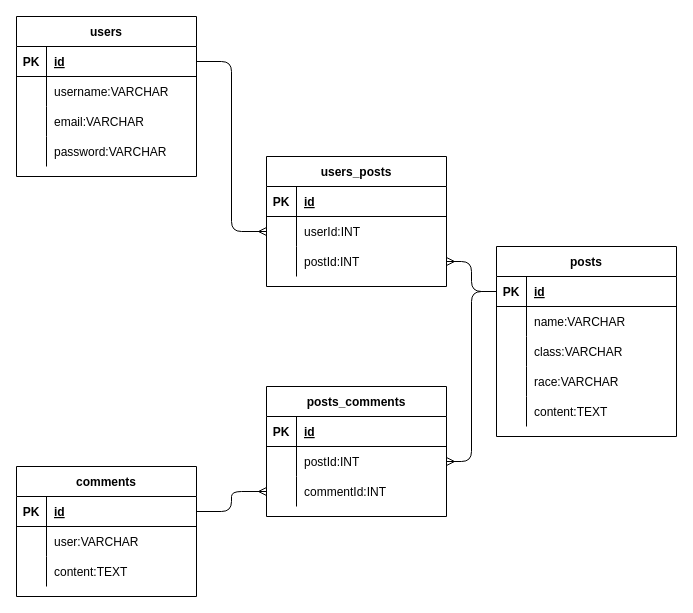
The draw.io diagram ERD.drawio in tatebonham/Judgement-Day, before the edit. Source tidied: cells renumbered, new cells numbered last; positions are measured from the earlier drawing's top-left corner, leaving out a move shared by most shapes. Both pictures are drawn from the tidied source at 100%, with x=0, y=0 at pixel (16, 16).
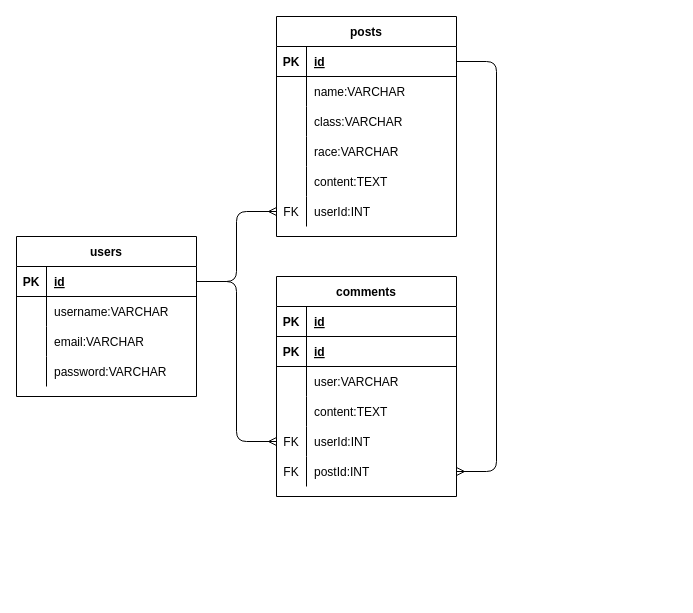
The same page after the edit.

Commit message (it also covers changes not shown here):
Updated README.md pitch byu adding user stories

The change refers to these unchanged cells:
```xml
<mxCell id="3" style="shape=partialRectangle;fillColor=none;top=0;left=0;bottom=1;right=0;points=[[0,0.5],[1,0.5]];portConstraint=eastwest;" parent="2" vertex="1">
  <mxGeometry y="30" width="180" height="30" as="geometry" />
</mxCell>
<mxCell id="26" style="shape=partialRectangle;fillColor=none;top=0;left=0;bottom=1;right=0;points=[[0,0.5],[1,0.5]];portConstraint=eastwest;" parent="25" vertex="1">
  <mxGeometry y="30" width="180" height="30" as="geometry" />
</mxCell>
<mxCell id="54" style="shape=partialRectangle;fillColor=none;top=0;left=0;bottom=1;right=0;points=[[0,0.5],[1,0.5]];portConstraint=eastwest;" parent="53" vertex="1">
  <mxGeometry y="30" width="180" height="30" as="geometry" />
</mxCell>
```

The edit, as a diff of the source:
```diff
@@
     <mxCell id="2" value="users" style="shape=table;startSize=30;childLayout=tableLayout;rowLines=0;fontStyle=1;align=center;swimlaneFillColor=default;" parent="1" vertex="1">
-      <mxGeometry width="180" height="160" as="geometry" />
+      <mxGeometry y="220" width="180" height="160" as="geometry" />
     </mxCell>
@@
-    <mxCell id="15" value="users_posts" style="shape=table;startSize=30;childLayout=tableLayout;rowLines=0;fontStyle=1;align=center;swimlaneFillColor=default;" parent="1" vertex="1">
-      <mxGeometry x="250" y="140" width="180" height="130" as="geometry" />
-    </mxCell>
-    <mxCell id="16" style="shape=partialRectangle;fillColor=none;top=0;left=0;bottom=1;right=0;" parent="15" vertex="1">
-      <mxGeometry y="30" width="180" height="30" as="geometry" />
-    </mxCell>
-    <mxCell id="17" value="PK" style="shape=partialRectangle;fillColor=none;top=0;left=0;bottom=0;right=0;fontStyle=1;overflow=hidden;" parent="16" vertex="1">
-      <mxGeometry width="30" height="30" as="geometry" />
-    </mxCell>
-    <mxCell id="18" value="id" style="shape=partialRectangle;fillColor=none;top=0;left=0;bottom=0;right=0;align=left;spacingLeft=6;fontStyle=5;overflow=hidden;" parent="16" vertex="1">
-      <mxGeometry x="30" width="150" height="30" as="geometry" />
-    </mxCell>
-    <mxCell id="19" style="shape=partialRectangle;fillColor=none;top=0;left=0;bottom=0;right=0;points=[[0,0.5],[1,0.5]];portConstraint=eastwest;" parent="15" vertex="1">
-      <mxGeometry y="60" width="180" height="30" as="geometry" />
-    </mxCell>
-    <mxCell id="20" style="shape=partialRectangle;fillColor=none;top=0;left=0;bottom=0;right=0;overflow=hidden;" parent="19" vertex="1">
-      <mxGeometry width="30" height="30" as="geometry" />
-    </mxCell>
-    <mxCell id="21" value="userId:INT" style="shape=partialRectangle;fillColor=none;top=0;left=0;bottom=0;right=0;align=left;spacingLeft=6;overflow=hidden;" parent="19" vertex="1">
-      <mxGeometry x="30" width="150" height="30" as="geometry" />
-    </mxCell>
-    <mxCell id="22" style="shape=partialRectangle;fillColor=none;top=0;left=0;bottom=0;right=0;points=[[0,0.5],[1,0.5]];portConstraint=eastwest;" parent="15" vertex="1">
-      <mxGeometry y="90" width="180" height="30" as="geometry" />
-    </mxCell>
-    <mxCell id="23" style="shape=partialRectangle;fillColor=none;top=0;left=0;bottom=0;right=0;overflow=hidden;" parent="22" vertex="1">
-      <mxGeometry width="30" height="30" as="geometry" />
-    </mxCell>
-    <mxCell id="24" value="postId:INT" style="shape=partialRectangle;fillColor=none;top=0;left=0;bottom=0;right=0;align=left;spacingLeft=6;overflow=hidden;" parent="22" vertex="1">
-      <mxGeometry x="30" width="150" height="30" as="geometry" />
-    </mxCell>
     <mxCell id="25" value="posts" style="shape=table;startSize=30;childLayout=tableLayout;rowLines=0;fontStyle=1;align=center;swimlaneFillColor=default;" parent="1" vertex="1">
-      <mxGeometry x="480" y="230" width="180" height="190" as="geometry" />
+      <mxGeometry x="260" width="180" height="220" as="geometry" />
     </mxCell>
@@
-    <mxCell id="41" style="edgeStyle=orthogonalEdgeStyle;html=1;exitX=1;exitY=0.5;exitDx=0;exitDy=0;entryX=0;entryY=0.5;entryDx=0;entryDy=0;endArrow=ERmany;endFill=0;" parent="1" edge="1" source="3" target="19">
-      <mxGeometry relative="1" as="geometry" />
-    </mxCell>
-    <mxCell id="42" style="edgeStyle=orthogonalEdgeStyle;html=1;exitX=0;exitY=0.5;exitDx=0;exitDy=0;entryX=1;entryY=0.5;entryDx=0;entryDy=0;endArrow=ERmany;endFill=0;" parent="1" edge="1" source="26" target="22">
-      <mxGeometry relative="1" as="geometry" />
-    </mxCell>
-    <mxCell id="43" value="posts_comments" style="shape=table;startSize=30;childLayout=tableLayout;rowLines=0;fontStyle=1;align=center;swimlaneFillColor=default;" parent="1" vertex="1">
-      <mxGeometry x="250" y="370" width="180" height="130" as="geometry" />
-    </mxCell>
-    <mxCell id="44" style="shape=partialRectangle;fillColor=none;top=0;left=0;bottom=1;right=0;" parent="43" vertex="1">
-      <mxGeometry y="30" width="180" height="30" as="geometry" />
-    </mxCell>
-    <mxCell id="45" value="PK" style="shape=partialRectangle;fillColor=none;top=0;left=0;bottom=0;right=0;fontStyle=1;overflow=hidden;" parent="44" vertex="1">
-      <mxGeometry width="30" height="30" as="geometry" />
-    </mxCell>
-    <mxCell id="46" value="id" style="shape=partialRectangle;fillColor=none;top=0;left=0;bottom=0;right=0;align=left;spacingLeft=6;fontStyle=5;overflow=hidden;" parent="44" vertex="1">
-      <mxGeometry x="30" width="150" height="30" as="geometry" />
-    </mxCell>
-    <mxCell id="47" style="shape=partialRectangle;fillColor=none;top=0;left=0;bottom=0;right=0;points=[[0,0.5],[1,0.5]];portConstraint=eastwest;" parent="43" vertex="1">
-      <mxGeometry y="60" width="180" height="30" as="geometry" />
-    </mxCell>
-    <mxCell id="48" style="shape=partialRectangle;fillColor=none;top=0;left=0;bottom=0;right=0;overflow=hidden;" parent="47" vertex="1">
-      <mxGeometry width="30" height="30" as="geometry" />
-    </mxCell>
-    <mxCell id="49" value="postId:INT" style="shape=partialRectangle;fillColor=none;top=0;left=0;bottom=0;right=0;align=left;spacingLeft=6;overflow=hidden;" parent="47" vertex="1">
-      <mxGeometry x="30" width="150" height="30" as="geometry" />
-    </mxCell>
-    <mxCell id="50" style="shape=partialRectangle;fillColor=none;top=0;left=0;bottom=0;right=0;points=[[0,0.5],[1,0.5]];portConstraint=eastwest;" parent="43" vertex="1">
-      <mxGeometry y="90" width="180" height="30" as="geometry" />
-    </mxCell>
-    <mxCell id="51" style="shape=partialRectangle;fillColor=none;top=0;left=0;bottom=0;right=0;overflow=hidden;" parent="50" vertex="1">
-      <mxGeometry width="30" height="30" as="geometry" />
-    </mxCell>
-    <mxCell id="52" value="commentId:INT" style="shape=partialRectangle;fillColor=none;top=0;left=0;bottom=0;right=0;align=left;spacingLeft=6;overflow=hidden;" parent="50" vertex="1">
-      <mxGeometry x="30" width="150" height="30" as="geometry" />
-    </mxCell>
+    <mxCell id="65" style="shape=partialRectangle;fillColor=none;top=0;left=0;bottom=0;right=0;points=[[0,0.5],[1,0.5]];portConstraint=eastwest;" parent="25" vertex="1">
+      <mxGeometry y="180" width="180" height="30" as="geometry" />
+    </mxCell>
+    <mxCell id="66" value="FK" style="shape=partialRectangle;fillColor=none;top=0;left=0;bottom=0;right=0;overflow=hidden;" parent="65" vertex="1">
+      <mxGeometry width="30" height="30" as="geometry" />
+    </mxCell>
+    <mxCell id="67" value="userId:INT" style="shape=partialRectangle;fillColor=none;top=0;left=0;bottom=0;right=0;align=left;spacingLeft=6;overflow=hidden;" parent="65" vertex="1">
+      <mxGeometry x="30" width="150" height="30" as="geometry" />
+    </mxCell>
     <mxCell id="53" value="comments" style="shape=table;startSize=30;childLayout=tableLayout;rowLines=0;fontStyle=1;align=center;swimlaneFillColor=default;" parent="1" vertex="1">
-      <mxGeometry y="450" width="180" height="130" as="geometry" />
+      <mxGeometry x="260" y="260" width="180" height="220" as="geometry" />
     </mxCell>
@@
+    <mxCell id="68" style="shape=partialRectangle;fillColor=none;top=0;left=0;bottom=1;right=0;" parent="53" vertex="1">
+      <mxGeometry y="60" width="180" height="30" as="geometry" />
+    </mxCell>
+    <mxCell id="69" value="PK" style="shape=partialRectangle;fillColor=none;top=0;left=0;bottom=0;right=0;fontStyle=1;overflow=hidden;" parent="68" vertex="1">
+      <mxGeometry width="30" height="30" as="geometry" />
+    </mxCell>
+    <mxCell id="70" value="id" style="shape=partialRectangle;fillColor=none;top=0;left=0;bottom=0;right=0;align=left;spacingLeft=6;fontStyle=5;overflow=hidden;" parent="68" vertex="1">
+      <mxGeometry x="30" width="150" height="30" as="geometry" />
+    </mxCell>
     <mxCell id="57" style="shape=partialRectangle;fillColor=none;top=0;left=0;bottom=0;right=0;" parent="53" vertex="1">
-      <mxGeometry y="60" width="180" height="30" as="geometry" />
+      <mxGeometry y="90" width="180" height="30" as="geometry" />
     </mxCell>
@@
     <mxCell id="60" style="shape=partialRectangle;fillColor=none;top=0;left=0;bottom=0;right=0;" parent="53" vertex="1">
-      <mxGeometry y="90" width="180" height="30" as="geometry" />
+      <mxGeometry y="120" width="180" height="30" as="geometry" />
     </mxCell>
@@
-    <mxCell id="63" style="edgeStyle=orthogonalEdgeStyle;html=1;exitX=0;exitY=0.5;exitDx=0;exitDy=0;entryX=1;entryY=0.5;entryDx=0;entryDy=0;endArrow=ERmany;endFill=0;" parent="1" edge="1" source="26" target="47">
-      <mxGeometry relative="1" as="geometry" />
-    </mxCell>
-    <mxCell id="64" style="edgeStyle=orthogonalEdgeStyle;html=1;exitX=1;exitY=0.5;exitDx=0;exitDy=0;entryX=0;entryY=0.5;entryDx=0;entryDy=0;endArrow=ERmany;endFill=0;" parent="1" edge="1" source="54" target="50">
-      <mxGeometry relative="1" as="geometry" />
-    </mxCell>
+    <mxCell id="71" style="shape=partialRectangle;fillColor=none;top=0;left=0;bottom=0;right=0;points=[[0,0.5],[1,0.5]];portConstraint=eastwest;" parent="53" vertex="1">
+      <mxGeometry y="150" width="180" height="30" as="geometry" />
+    </mxCell>
+    <mxCell id="72" value="FK" style="shape=partialRectangle;fillColor=none;top=0;left=0;bottom=0;right=0;overflow=hidden;" parent="71" vertex="1">
+      <mxGeometry width="30" height="30" as="geometry" />
+    </mxCell>
+    <mxCell id="73" value="userId:INT" style="shape=partialRectangle;fillColor=none;top=0;left=0;bottom=0;right=0;align=left;spacingLeft=6;overflow=hidden;" parent="71" vertex="1">
+      <mxGeometry x="30" width="150" height="30" as="geometry" />
+    </mxCell>
+    <mxCell id="74" style="shape=partialRectangle;fillColor=none;top=0;left=0;bottom=0;right=0;points=[[0,0.5],[1,0.5]];portConstraint=eastwest;" parent="53" vertex="1">
+      <mxGeometry y="180" width="180" height="30" as="geometry" />
+    </mxCell>
+    <mxCell id="75" value="FK" style="shape=partialRectangle;fillColor=none;top=0;left=0;bottom=0;right=0;overflow=hidden;" parent="74" vertex="1">
+      <mxGeometry width="30" height="30" as="geometry" />
+    </mxCell>
+    <mxCell id="76" value="postId:INT" style="shape=partialRectangle;fillColor=none;top=0;left=0;bottom=0;right=0;align=left;spacingLeft=6;overflow=hidden;" parent="74" vertex="1">
+      <mxGeometry x="30" width="150" height="30" as="geometry" />
+    </mxCell>
+    <mxCell id="77" style="edgeStyle=orthogonalEdgeStyle;html=1;exitX=1;exitY=0.5;exitDx=0;exitDy=0;entryX=0;entryY=0.5;entryDx=0;entryDy=0;endArrow=ERmany;endFill=0;" parent="1" edge="1" source="3" target="65">
+      <mxGeometry relative="1" as="geometry" />
+    </mxCell>
+    <mxCell id="78" style="edgeStyle=orthogonalEdgeStyle;html=1;exitX=1;exitY=0.5;exitDx=0;exitDy=0;entryX=1;entryY=0.5;entryDx=0;entryDy=0;endArrow=ERmany;endFill=0;" parent="1" edge="1" source="26" target="74">
+      <mxGeometry relative="1" as="geometry">
+        <Array as="points">
+          <mxPoint x="480" y="45" />
+          <mxPoint x="480" y="455" />
+        </Array>
+      </mxGeometry>
+    </mxCell>
+    <mxCell id="79" style="edgeStyle=orthogonalEdgeStyle;html=1;exitX=1;exitY=0.5;exitDx=0;exitDy=0;entryX=0;entryY=0.5;entryDx=0;entryDy=0;endArrow=ERmany;endFill=0;" parent="1" edge="1" source="3" target="71">
+      <mxGeometry relative="1" as="geometry" />
+    </mxCell>
```
